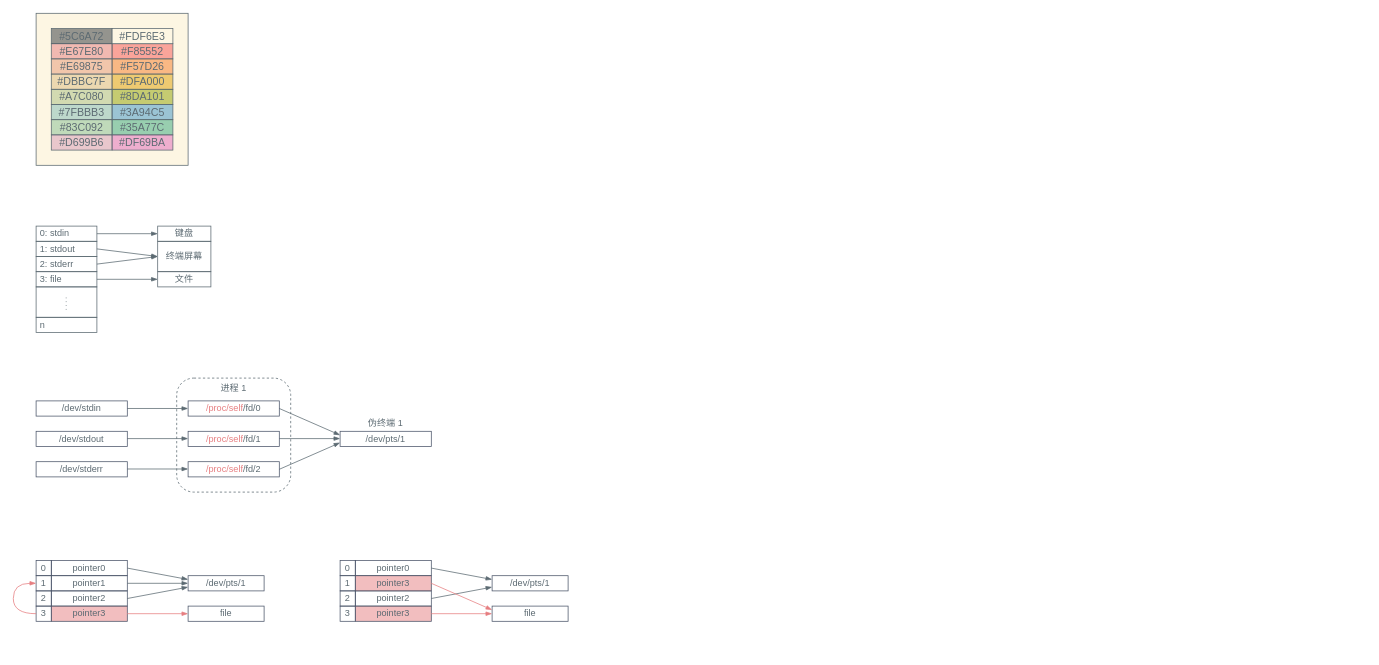
Earlier version of the draw.io diagram content/posts/bash/bash.drawio (kingtuo123/blog). Source tidied: cells renumbered, new cells numbered last; positions are measured from the earlier drawing's top-left corner, leaving out a move shared by most shapes. Both pictures are drawn from the tidied source at 76%, with x=0, y=0 at pixel (13, 13).
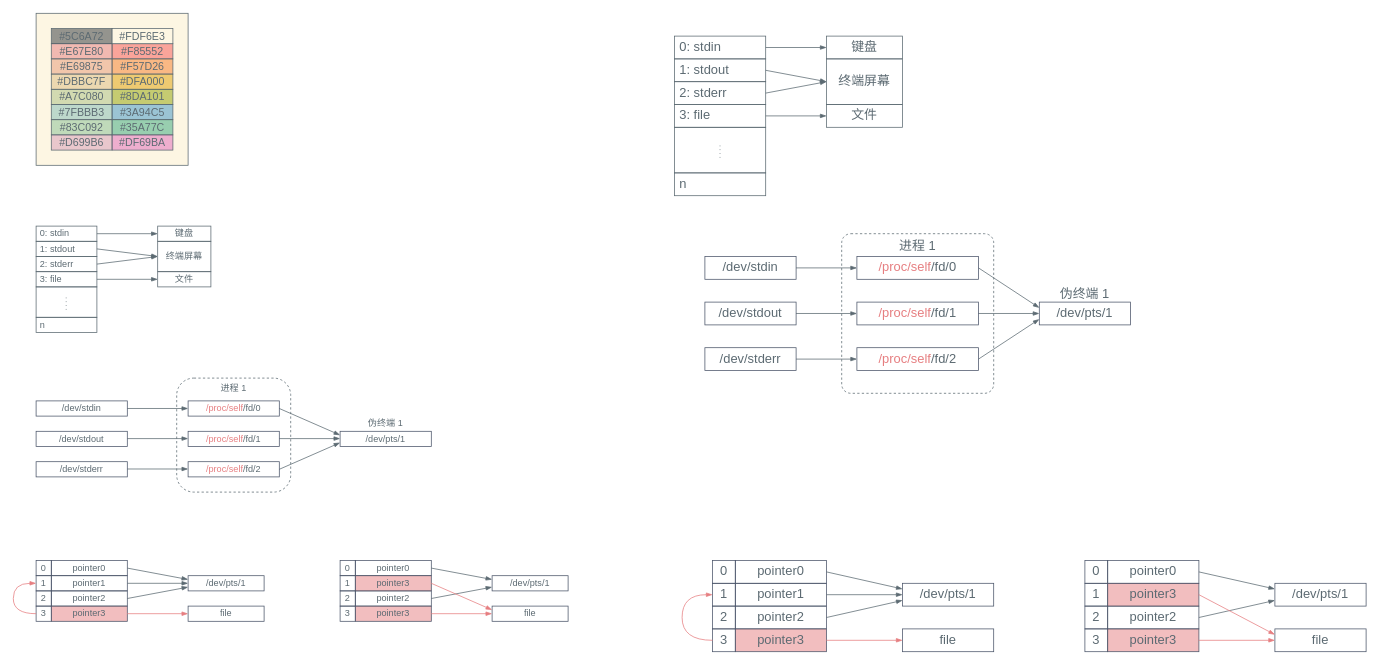
After the change.

What changed in the source:
```diff
@@
+    <mxCell id="77" style="edgeStyle=orthogonalEdgeStyle;rounded=0;jettySize=auto;html=1;entryX=0;entryY=0.5;entryDx=0;entryDy=0;fontColor=#5C6A72;endArrow=blockThin;endFill=1;strokeColor=#5C6A72;fontFamily=LXGW WenKai Mono;fontSize=17;" parent="1" edge="1" source="78" target="85">
+      <mxGeometry relative="1" as="geometry" />
+    </mxCell>
+    <mxCell id="78" value="&amp;nbsp;0: stdin" style="rounded=0;whiteSpace=wrap;html=1;strokeWidth=1;fillColor=none;strokeColor=#5C6A72;fontColor=#5C6A72;fillOpacity=50;align=left;fontFamily=LXGW WenKai Mono;fontSize=17;" parent="1" vertex="1">
+      <mxGeometry x="870" y="30" width="120" height="30" as="geometry" />
+    </mxCell>
+    <mxCell id="79" value="&amp;nbsp;1: stdout" style="rounded=0;whiteSpace=wrap;html=1;strokeWidth=1;fillColor=none;strokeColor=#5C6A72;fontColor=#5C6A72;fillOpacity=50;align=left;fontFamily=LXGW WenKai Mono;fontSize=17;" parent="1" vertex="1">
+      <mxGeometry x="870" y="60" width="120" height="30" as="geometry" />
+    </mxCell>
+    <mxCell id="80" value="&amp;nbsp;2: stderr" style="rounded=0;whiteSpace=wrap;html=1;strokeWidth=1;fillColor=none;strokeColor=#5C6A72;fontColor=#5C6A72;fillOpacity=50;align=left;fontFamily=LXGW WenKai Mono;fontSize=17;" parent="1" vertex="1">
+      <mxGeometry x="870" y="90" width="120" height="30" as="geometry" />
+    </mxCell>
+    <mxCell id="81" value="&amp;nbsp;3: file" style="rounded=0;whiteSpace=wrap;html=1;strokeWidth=1;fillColor=none;strokeColor=#5C6A72;fontColor=#5C6A72;fillOpacity=50;fontFamily=LXGW WenKai Mono;align=left;fontSize=17;" parent="1" vertex="1">
+      <mxGeometry x="870" y="120" width="120" height="30" as="geometry" />
+    </mxCell>
+    <mxCell id="82" style="rounded=0;whiteSpace=wrap;html=1;strokeWidth=1;fillColor=none;strokeColor=#5C6A72;fontColor=#5C6A72;fillOpacity=50;fontFamily=LXGW WenKai Mono;align=left;fontSize=17;" parent="1" vertex="1">
+      <mxGeometry x="870" y="150" width="120" height="60" as="geometry" />
+    </mxCell>
+    <mxCell id="83" value="&amp;nbsp;n" style="rounded=0;whiteSpace=wrap;html=1;strokeWidth=1;fillColor=none;strokeColor=#5C6A72;fontColor=#5C6A72;fillOpacity=50;fontFamily=LXGW WenKai Mono;align=left;fontSize=17;" parent="1" vertex="1">
+      <mxGeometry x="870" y="210" width="120" height="30" as="geometry" />
+    </mxCell>
+    <mxCell id="84" style="endArrow=none;dashed=1;html=1;rounded=0;dashPattern=1 4;strokeWidth=1;strokeColor=#5C6A72;fontColor=#5C6A72;fontFamily=LXGW WenKai Mono;fontSize=17;" parent="1" edge="1">
+      <mxGeometry relative="1" as="geometry">
+        <mxPoint x="929.9" y="190" as="sourcePoint" />
+        <mxPoint x="929.9" y="170" as="targetPoint" />
+      </mxGeometry>
+    </mxCell>
+    <mxCell id="85" value="键盘" style="rounded=0;whiteSpace=wrap;html=1;strokeWidth=1;fillColor=none;strokeColor=#5C6A72;fontColor=#5C6A72;fillOpacity=50;fontFamily=LXGW WenKai Mono;align=center;fontSize=17;" parent="1" vertex="1">
+      <mxGeometry x="1070" y="30" width="100" height="30" as="geometry" />
+    </mxCell>
+    <mxCell id="86" value="终端屏幕" style="rounded=0;whiteSpace=wrap;html=1;strokeWidth=1;fillColor=none;strokeColor=#5C6A72;fontColor=#5C6A72;fillOpacity=50;fontFamily=LXGW WenKai Mono;align=center;fontSize=17;" parent="1" vertex="1">
+      <mxGeometry x="1070" y="60" width="100" height="60" as="geometry" />
+    </mxCell>
+    <mxCell id="87" value="文件" style="rounded=0;whiteSpace=wrap;html=1;strokeWidth=1;fillColor=none;strokeColor=#5C6A72;fontColor=#5C6A72;fillOpacity=50;fontFamily=LXGW WenKai Mono;align=center;fontSize=17;" parent="1" vertex="1">
+      <mxGeometry x="1070" y="120" width="100" height="30" as="geometry" />
+    </mxCell>
+    <mxCell id="88" style="endArrow=blockThin;html=1;rounded=0;exitX=1;exitY=0.5;exitDx=0;exitDy=0;entryX=0;entryY=0.5;entryDx=0;entryDy=0;fontColor=#5C6A72;endFill=1;strokeColor=#5C6A72;fontFamily=LXGW WenKai Mono;fontSize=17;" parent="1" edge="1" source="79" target="86">
+      <mxGeometry relative="1" as="geometry" />
+    </mxCell>
+    <mxCell id="89" style="endArrow=blockThin;html=1;rounded=0;exitX=1;exitY=0.5;exitDx=0;exitDy=0;entryX=0;entryY=0.5;entryDx=0;entryDy=0;fontColor=#5C6A72;endFill=1;strokeColor=#5C6A72;fontFamily=LXGW WenKai Mono;fontSize=17;" parent="1" edge="1" source="80" target="86">
+      <mxGeometry relative="1" as="geometry" />
+    </mxCell>
+    <mxCell id="90" style="endArrow=blockThin;html=1;rounded=0;exitX=1;exitY=0.5;exitDx=0;exitDy=0;entryX=0;entryY=0.5;entryDx=0;entryDy=0;fontColor=#5C6A72;endFill=1;strokeColor=#5C6A72;fontFamily=LXGW WenKai Mono;fontSize=17;" parent="1" edge="1" source="81" target="87">
+      <mxGeometry relative="1" as="geometry" />
+    </mxCell>
+    <mxCell id="91" value="&lt;font&gt;进程 1&lt;/font&gt;" style="rounded=1;whiteSpace=wrap;html=1;fillColor=none;dashed=1;align=center;verticalAlign=top;fontColor=#5C6A72;strokeWidth=1;perimeterSpacing=0;strokeColor=#5C6A72;fontFamily=LXGW WenKai Mono;fontSize=17;arcSize=6;" parent="1" vertex="1">
+      <mxGeometry x="1090" y="290" width="200" height="210" as="geometry" />
+    </mxCell>
+    <mxCell id="92" style="endArrow=blockThin;html=1;rounded=0;exitX=1;exitY=0.5;exitDx=0;exitDy=0;entryX=0;entryY=0.5;entryDx=0;entryDy=0;fontColor=#5C6A72;endFill=1;strokeColor=#5C6A72;fontFamily=LXGW WenKai Mono;fontSize=17;" parent="1" edge="1" source="100" target="103">
+      <mxGeometry relative="1" as="geometry" />
+    </mxCell>
+    <mxCell id="93" style="endArrow=blockThin;html=1;rounded=0;exitX=1;exitY=0.5;exitDx=0;exitDy=0;entryX=0;entryY=0.5;entryDx=0;entryDy=0;fontColor=#5C6A72;endFill=1;strokeColor=#5C6A72;fontFamily=LXGW WenKai Mono;fontSize=17;" parent="1" edge="1" source="99" target="102">
+      <mxGeometry relative="1" as="geometry" />
+    </mxCell>
+    <mxCell id="94" style="endArrow=blockThin;html=1;rounded=0;exitX=1;exitY=0.5;exitDx=0;exitDy=0;entryX=0;entryY=0.5;entryDx=0;entryDy=0;fontColor=#5C6A72;endFill=1;strokeColor=#5C6A72;fontFamily=LXGW WenKai Mono;fontSize=17;" parent="1" edge="1" source="98" target="101">
+      <mxGeometry relative="1" as="geometry" />
+    </mxCell>
+    <mxCell id="95" style="endArrow=blockThin;html=1;rounded=0;exitX=1;exitY=0.5;exitDx=0;exitDy=0;entryX=0;entryY=0.5;entryDx=0;entryDy=0;fontColor=#5C6A72;endFill=1;strokeColor=#5C6A72;fontFamily=LXGW WenKai Mono;fontSize=17;" parent="1" edge="1" source="102" target="105">
+      <mxGeometry relative="1" as="geometry" />
+    </mxCell>
+    <mxCell id="96" style="endArrow=blockThin;html=1;rounded=0;exitX=1;exitY=0.5;exitDx=0;exitDy=0;entryX=0;entryY=0.75;entryDx=0;entryDy=0;fontColor=#5C6A72;endFill=1;strokeColor=#5C6A72;fontFamily=LXGW WenKai Mono;fontSize=17;" parent="1" edge="1" source="101" target="105">
+      <mxGeometry relative="1" as="geometry" />
+    </mxCell>
+    <mxCell id="97" style="endArrow=blockThin;html=1;rounded=0;exitX=1;exitY=0.5;exitDx=0;exitDy=0;entryX=0;entryY=0.25;entryDx=0;entryDy=0;fontColor=#5C6A72;endFill=1;strokeColor=#5C6A72;fontFamily=LXGW WenKai Mono;fontSize=17;" parent="1" edge="1" source="103" target="105">
+      <mxGeometry relative="1" as="geometry" />
+    </mxCell>
+    <mxCell id="98" value="/dev/stderr" style="rounded=0;whiteSpace=wrap;html=1;strokeWidth=1;fillColor=none;strokeColor=#4c566a;fontColor=#5C6A72;fillOpacity=50;fontFamily=LXGW WenKai Mono;align=center;fontSize=17;" parent="1" vertex="1">
+      <mxGeometry x="910" y="440" width="120" height="30" as="geometry" />
+    </mxCell>
+    <mxCell id="99" value="/dev/stdout" style="rounded=0;whiteSpace=wrap;html=1;strokeWidth=1;fillColor=none;strokeColor=#4c566a;fontColor=#5C6A72;fillOpacity=50;fontFamily=LXGW WenKai Mono;align=center;fontSize=17;" parent="1" vertex="1">
+      <mxGeometry x="910" y="380" width="120" height="30" as="geometry" />
+    </mxCell>
+    <mxCell id="100" value="/dev/stdin" style="rounded=0;whiteSpace=wrap;html=1;strokeWidth=1;fillColor=none;strokeColor=#4c566a;fontColor=#5C6A72;fillOpacity=50;fontFamily=LXGW WenKai Mono;align=center;fontSize=17;" parent="1" vertex="1">
+      <mxGeometry x="910" y="320" width="120" height="30" as="geometry" />
+    </mxCell>
+    <mxCell id="101" value="&lt;font style=&quot;color: rgb(230, 126, 128);&quot;&gt;/proc/self&lt;/font&gt;/fd/2" style="rounded=0;whiteSpace=wrap;html=1;strokeWidth=1;fillColor=none;strokeColor=#4c566a;fontColor=#5C6A72;fillOpacity=50;fontFamily=LXGW WenKai Mono;align=center;fontSize=17;" parent="1" vertex="1">
+      <mxGeometry x="1110" y="440" width="160" height="30" as="geometry" />
+    </mxCell>
+    <mxCell id="102" value="&lt;font style=&quot;color: rgb(230, 126, 128);&quot;&gt;/proc/self&lt;/font&gt;/fd/1" style="rounded=0;whiteSpace=wrap;html=1;strokeWidth=1;fillColor=none;strokeColor=#4c566a;fontColor=#5C6A72;fillOpacity=50;fontFamily=LXGW WenKai Mono;align=center;fontSize=17;" parent="1" vertex="1">
+      <mxGeometry x="1110" y="380" width="160" height="30" as="geometry" />
+    </mxCell>
+    <mxCell id="103" value="&lt;font style=&quot;color: rgb(230, 126, 128);&quot;&gt;/proc/self&lt;/font&gt;/fd/0" style="rounded=0;whiteSpace=wrap;html=1;strokeWidth=1;fillColor=none;strokeColor=#4c566a;fontColor=#5C6A72;fillOpacity=50;fontFamily=LXGW WenKai Mono;align=center;fontSize=17;" parent="1" vertex="1">
+      <mxGeometry x="1110" y="320" width="160" height="30" as="geometry" />
+    </mxCell>
+    <mxCell id="104" value="&lt;span style=&quot;text-wrap-mode: nowrap;&quot;&gt;伪终端 1&lt;/span&gt;" style="rounded=0;whiteSpace=wrap;html=1;strokeWidth=1;fillColor=none;strokeColor=none;fontColor=#5C6A72;fillOpacity=50;fontFamily=LXGW WenKai Mono;align=center;fontSize=17;" parent="1" vertex="1">
+      <mxGeometry x="1370" y="360" width="80" height="20" as="geometry" />
+    </mxCell>
+    <mxCell id="105" value="/dev/pts/1" style="rounded=0;whiteSpace=wrap;html=1;strokeWidth=1;fillColor=none;strokeColor=#4c566a;fontColor=#5C6A72;fillOpacity=50;fontFamily=LXGW WenKai Mono;align=center;fontSize=17;" parent="1" vertex="1">
+      <mxGeometry x="1350" y="380" width="120" height="30" as="geometry" />
+    </mxCell>
+    <mxCell id="106" value="&lt;font&gt;0&lt;/font&gt;" style="rounded=0;whiteSpace=wrap;html=1;strokeWidth=1;fillColor=none;strokeColor=#4c566a;fontColor=#5C6A72;fillOpacity=50;fontFamily=LXGW WenKai Mono;align=center;fontSize=17;" parent="1" vertex="1">
+      <mxGeometry x="920" y="720" width="30" height="30" as="geometry" />
+    </mxCell>
+    <mxCell id="107" value="&lt;font&gt;pointer0&lt;/font&gt;" style="rounded=0;whiteSpace=wrap;html=1;strokeWidth=1;fillColor=none;strokeColor=#4c566a;fontColor=#5C6A72;fillOpacity=50;fontFamily=LXGW WenKai Mono;align=center;fontSize=17;" parent="1" vertex="1">
+      <mxGeometry x="950" y="720" width="120" height="30" as="geometry" />
+    </mxCell>
+    <mxCell id="108" value="1" style="rounded=0;whiteSpace=wrap;html=1;strokeWidth=1;fillColor=none;strokeColor=#4c566a;fontColor=#5C6A72;fillOpacity=50;fontFamily=LXGW WenKai Mono;align=center;fontSize=17;" parent="1" vertex="1">
+      <mxGeometry x="920" y="750" width="30" height="30" as="geometry" />
+    </mxCell>
+    <mxCell id="109" value="&lt;font&gt;pointer1&lt;/font&gt;" style="rounded=0;whiteSpace=wrap;html=1;strokeWidth=1;fillColor=none;strokeColor=#4c566a;fontColor=#5C6A72;fillOpacity=50;fontFamily=LXGW WenKai Mono;align=center;fontSize=17;" parent="1" vertex="1">
+      <mxGeometry x="950" y="750" width="120" height="30" as="geometry" />
+    </mxCell>
+    <mxCell id="110" value="&lt;font&gt;2&lt;/font&gt;" style="rounded=0;whiteSpace=wrap;html=1;strokeWidth=1;fillColor=none;strokeColor=#4c566a;fontColor=#5C6A72;fillOpacity=50;fontFamily=LXGW WenKai Mono;align=center;fontSize=17;" parent="1" vertex="1">
+      <mxGeometry x="920" y="780" width="30" height="30" as="geometry" />
+    </mxCell>
+    <mxCell id="111" value="&lt;font&gt;pointer2&lt;/font&gt;" style="rounded=0;whiteSpace=wrap;html=1;strokeWidth=1;fillColor=none;strokeColor=#4c566a;fontColor=#5C6A72;fillOpacity=50;fontFamily=LXGW WenKai Mono;align=center;fontSize=17;" parent="1" vertex="1">
+      <mxGeometry x="950" y="780" width="120" height="30" as="geometry" />
+    </mxCell>
+    <mxCell id="112" value="&lt;font&gt;3&lt;/font&gt;" style="rounded=0;whiteSpace=wrap;html=1;strokeWidth=1;fillColor=none;strokeColor=#4c566a;fontColor=#5C6A72;fillOpacity=50;fontFamily=LXGW WenKai Mono;align=center;fontSize=17;" parent="1" vertex="1">
+      <mxGeometry x="920" y="810" width="30" height="30" as="geometry" />
+    </mxCell>
+    <mxCell id="113" value="&lt;font&gt;pointer3&lt;/font&gt;" style="rounded=0;whiteSpace=wrap;html=1;strokeWidth=1;fillColor=#E67E80;strokeColor=#4c566a;fontColor=#5C6A72;fillOpacity=50;fontFamily=LXGW WenKai Mono;align=center;fontSize=17;" parent="1" vertex="1">
+      <mxGeometry x="950" y="810" width="120" height="30" as="geometry" />
+    </mxCell>
+    <mxCell id="114" style="endArrow=blockThin;html=1;rounded=0;exitX=1;exitY=0.5;exitDx=0;exitDy=0;entryX=0;entryY=0.25;entryDx=0;entryDy=0;fontColor=#5C6A72;endFill=1;strokeColor=#5C6A72;fontFamily=LXGW WenKai Mono;fontSize=17;" parent="1" edge="1" source="107" target="119">
+      <mxGeometry relative="1" as="geometry" />
+    </mxCell>
+    <mxCell id="115" style="endArrow=blockThin;html=1;rounded=0;exitX=1;exitY=0.5;exitDx=0;exitDy=0;entryX=0;entryY=0.5;entryDx=0;entryDy=0;fontColor=#5C6A72;endFill=1;strokeColor=#5C6A72;fontFamily=LXGW WenKai Mono;fontSize=17;" parent="1" edge="1" source="109" target="119">
+      <mxGeometry relative="1" as="geometry" />
+    </mxCell>
+    <mxCell id="116" style="endArrow=blockThin;html=1;rounded=0;exitX=1;exitY=0.5;exitDx=0;exitDy=0;entryX=0;entryY=0.75;entryDx=0;entryDy=0;fontColor=#5C6A72;endFill=1;strokeColor=#5C6A72;fontFamily=LXGW WenKai Mono;fontSize=17;" parent="1" edge="1" source="111" target="119">
+      <mxGeometry relative="1" as="geometry" />
+    </mxCell>
+    <mxCell id="117" style="endArrow=blockThin;html=1;rounded=0;exitX=1;exitY=0.5;exitDx=0;exitDy=0;fontColor=#5C6A72;endFill=1;strokeColor=#E67E80;entryX=0;entryY=0.5;entryDx=0;entryDy=0;fontFamily=LXGW WenKai Mono;fontSize=17;" parent="1" edge="1" source="113" target="120">
+      <mxGeometry relative="1" as="geometry" />
+    </mxCell>
+    <mxCell id="118" style="endArrow=blockThin;html=1;rounded=0;endSize=6;arcSize=20;edgeStyle=orthogonalEdgeStyle;curved=1;exitX=0;exitY=0.5;exitDx=0;exitDy=0;strokeColor=#E67E80;endFill=1;fontFamily=LXGW WenKai Mono;fontColor=#5C6A72;entryX=0;entryY=0.5;entryDx=0;entryDy=0;fontSize=17;" parent="1" edge="1" source="112" target="108">
+      <mxGeometry relative="1" as="geometry">
+        <Array as="points">
+          <mxPoint x="880" y="825" />
+          <mxPoint x="880" y="765" />
+        </Array>
+      </mxGeometry>
+    </mxCell>
+    <mxCell id="119" value="/dev/pts/1" style="rounded=0;whiteSpace=wrap;html=1;strokeWidth=1;fillColor=none;strokeColor=#4c566a;fontColor=#5C6A72;fillOpacity=50;fontFamily=LXGW WenKai Mono;align=center;fontSize=17;" parent="1" vertex="1">
+      <mxGeometry x="1170" y="750" width="120" height="30" as="geometry" />
+    </mxCell>
+    <mxCell id="120" value="file" style="rounded=0;whiteSpace=wrap;html=1;strokeWidth=1;fillColor=none;strokeColor=#4c566a;fontColor=#5C6A72;fillOpacity=50;fontFamily=LXGW WenKai Mono;align=center;fontSize=17;" parent="1" vertex="1">
+      <mxGeometry x="1170" y="810" width="120" height="30" as="geometry" />
+    </mxCell>
+    <mxCell id="121" value="&lt;font&gt;0&lt;/font&gt;" style="rounded=0;whiteSpace=wrap;html=1;strokeWidth=1;fillColor=none;strokeColor=#4c566a;fontColor=#5C6A72;fillOpacity=50;fontFamily=LXGW WenKai Mono;align=center;fontSize=17;" parent="1" vertex="1">
+      <mxGeometry x="1410" y="720" width="30" height="30" as="geometry" />
+    </mxCell>
+    <mxCell id="122" value="&lt;font&gt;pointer0&lt;/font&gt;" style="rounded=0;whiteSpace=wrap;html=1;strokeWidth=1;fillColor=none;strokeColor=#4c566a;fontColor=#5C6A72;fillOpacity=50;fontFamily=LXGW WenKai Mono;align=center;fontSize=17;" parent="1" vertex="1">
+      <mxGeometry x="1440" y="720" width="120" height="30" as="geometry" />
+    </mxCell>
+    <mxCell id="123" value="1" style="rounded=0;whiteSpace=wrap;html=1;strokeWidth=1;fillColor=none;strokeColor=#4c566a;fontColor=#5C6A72;fillOpacity=50;fontFamily=LXGW WenKai Mono;align=center;fontSize=17;" parent="1" vertex="1">
+      <mxGeometry x="1410" y="750" width="30" height="30" as="geometry" />
+    </mxCell>
+    <mxCell id="124" value="&lt;font&gt;2&lt;/font&gt;" style="rounded=0;whiteSpace=wrap;html=1;strokeWidth=1;fillColor=none;strokeColor=#4c566a;fontColor=#5C6A72;fillOpacity=50;fontFamily=LXGW WenKai Mono;align=center;fontSize=17;" parent="1" vertex="1">
+      <mxGeometry x="1410" y="780" width="30" height="30" as="geometry" />
+    </mxCell>
+    <mxCell id="125" value="&lt;font&gt;pointer2&lt;/font&gt;" style="rounded=0;whiteSpace=wrap;html=1;strokeWidth=1;fillColor=none;strokeColor=#4c566a;fontColor=#5C6A72;fillOpacity=50;fontFamily=LXGW WenKai Mono;align=center;fontSize=17;" parent="1" vertex="1">
+      <mxGeometry x="1440" y="780" width="120" height="30" as="geometry" />
+    </mxCell>
+    <mxCell id="126" value="&lt;font&gt;3&lt;/font&gt;" style="rounded=0;whiteSpace=wrap;html=1;strokeWidth=1;fillColor=none;strokeColor=#4c566a;fontColor=#5C6A72;fillOpacity=50;fontFamily=LXGW WenKai Mono;align=center;fontSize=17;" parent="1" vertex="1">
+      <mxGeometry x="1410" y="810" width="30" height="30" as="geometry" />
+    </mxCell>
+    <mxCell id="127" value="&lt;font&gt;pointer3&lt;/font&gt;" style="rounded=0;whiteSpace=wrap;html=1;strokeWidth=1;fillColor=#E67E80;strokeColor=#4c566a;fontColor=#5C6A72;fillOpacity=50;fontFamily=LXGW WenKai Mono;align=center;fontSize=17;" parent="1" vertex="1">
+      <mxGeometry x="1440" y="810" width="120" height="30" as="geometry" />
+    </mxCell>
+    <mxCell id="128" style="endArrow=blockThin;html=1;rounded=0;exitX=1;exitY=0.5;exitDx=0;exitDy=0;entryX=0;entryY=0.25;entryDx=0;entryDy=0;fontColor=#5C6A72;endFill=1;strokeColor=#5C6A72;fontFamily=LXGW WenKai Mono;fontSize=17;" parent="1" edge="1" source="122" target="131">
+      <mxGeometry relative="1" as="geometry" />
+    </mxCell>
+    <mxCell id="129" style="endArrow=blockThin;html=1;rounded=0;exitX=1;exitY=0.5;exitDx=0;exitDy=0;entryX=0;entryY=0.75;entryDx=0;entryDy=0;fontColor=#5C6A72;endFill=1;strokeColor=#5C6A72;fontFamily=LXGW WenKai Mono;fontSize=17;" parent="1" edge="1" source="125" target="131">
+      <mxGeometry relative="1" as="geometry" />
+    </mxCell>
+    <mxCell id="130" style="endArrow=blockThin;html=1;rounded=0;exitX=1;exitY=0.5;exitDx=0;exitDy=0;fontColor=#5C6A72;endFill=1;strokeColor=#E67E80;entryX=0;entryY=0.5;entryDx=0;entryDy=0;fontFamily=LXGW WenKai Mono;fontSize=17;" parent="1" edge="1" source="127" target="132">
+      <mxGeometry relative="1" as="geometry" />
+    </mxCell>
+    <mxCell id="131" value="/dev/pts/1" style="rounded=0;whiteSpace=wrap;html=1;strokeWidth=1;fillColor=none;strokeColor=#4c566a;fontColor=#5C6A72;fillOpacity=50;fontFamily=LXGW WenKai Mono;align=center;fontSize=17;" parent="1" vertex="1">
+      <mxGeometry x="1660" y="750" width="120" height="30" as="geometry" />
+    </mxCell>
+    <mxCell id="132" value="file" style="rounded=0;whiteSpace=wrap;html=1;strokeWidth=1;fillColor=none;strokeColor=#4c566a;fontColor=#5C6A72;fillOpacity=50;fontFamily=LXGW WenKai Mono;align=center;fontSize=17;" parent="1" vertex="1">
+      <mxGeometry x="1660" y="810" width="120" height="30" as="geometry" />
+    </mxCell>
+    <mxCell id="133" value="&lt;font&gt;pointer3&lt;/font&gt;" style="rounded=0;whiteSpace=wrap;html=1;strokeWidth=1;fillColor=#E67E80;strokeColor=#4c566a;fontColor=#5C6A72;fillOpacity=50;fontFamily=LXGW WenKai Mono;align=center;fontSize=17;" parent="1" vertex="1">
+      <mxGeometry x="1440" y="750" width="120" height="30" as="geometry" />
+    </mxCell>
+    <mxCell id="134" style="endArrow=blockThin;html=1;rounded=0;exitX=1;exitY=0.5;exitDx=0;exitDy=0;fontColor=#5C6A72;endFill=1;strokeColor=#E67E80;entryX=0;entryY=0.25;entryDx=0;entryDy=0;fontFamily=LXGW WenKai Mono;fontSize=17;" parent="1" edge="1" source="133" target="132">
+      <mxGeometry relative="1" as="geometry" />
+    </mxCell>
```
